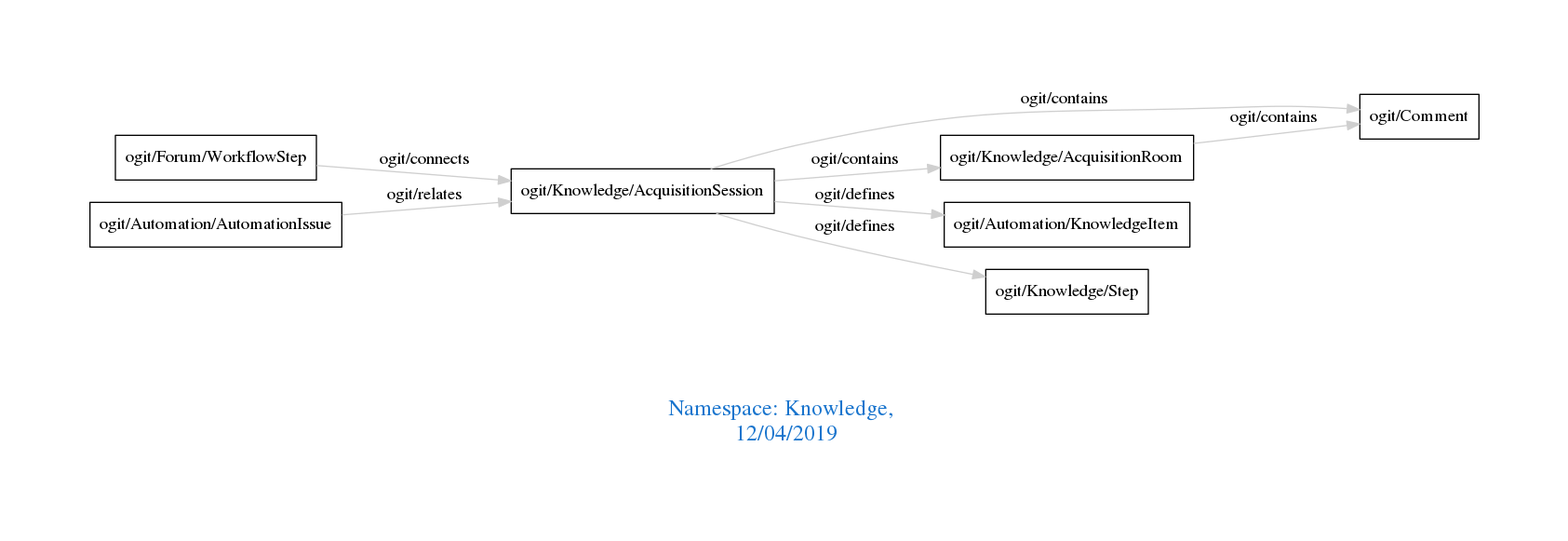
The Graphviz diagram downloads/Knowledge.png in arago/OGIT, before a commit. Its source is kept beside it as downloads/Knowledge.dot.
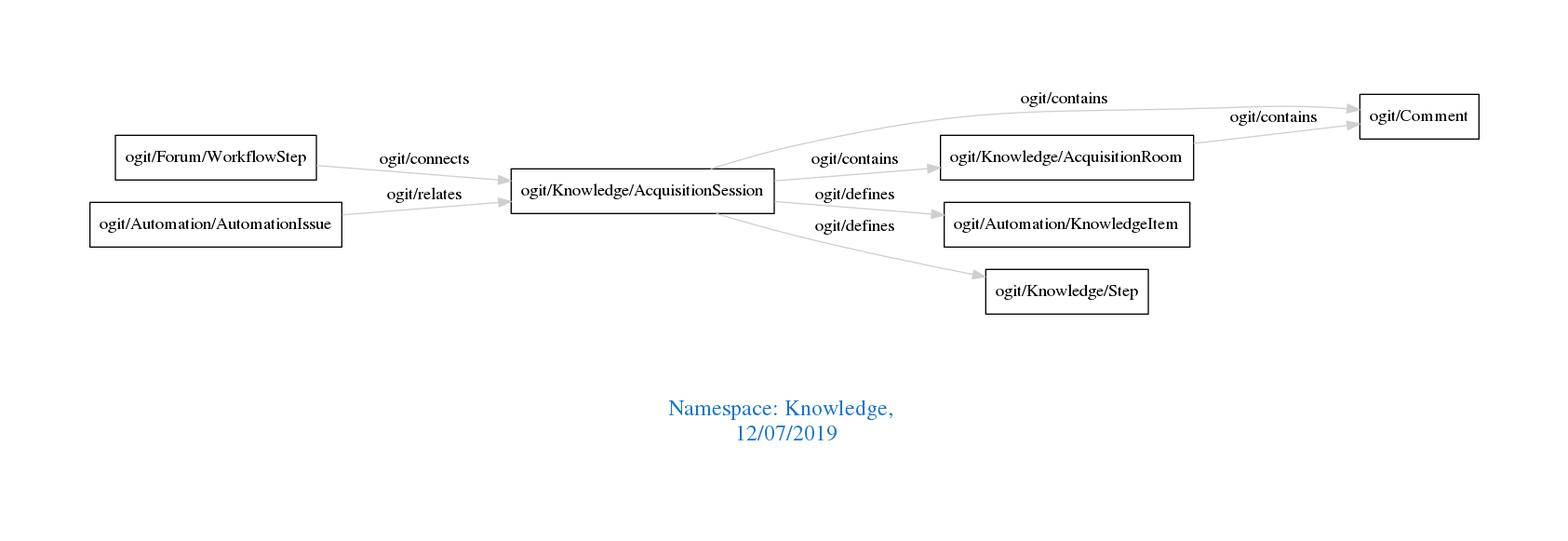
Above is the later version.

Diff of the diagram source:
```diff
@@ -1,7 +1,7 @@
 digraph OGIT_ontology {
  graph [ rankdir= LR,pad=1
 fontsize = 18,
-fontcolor= dodgerblue3,label = "\n\n\nNamespace: Knowledge, \n 12/04/2019"];
+fontcolor= dodgerblue3,label = "\n\n\nNamespace: Knowledge, \n 12/07/2019"];
 node[shape=polygon];
 edge [  color="gray81"];
 
```
